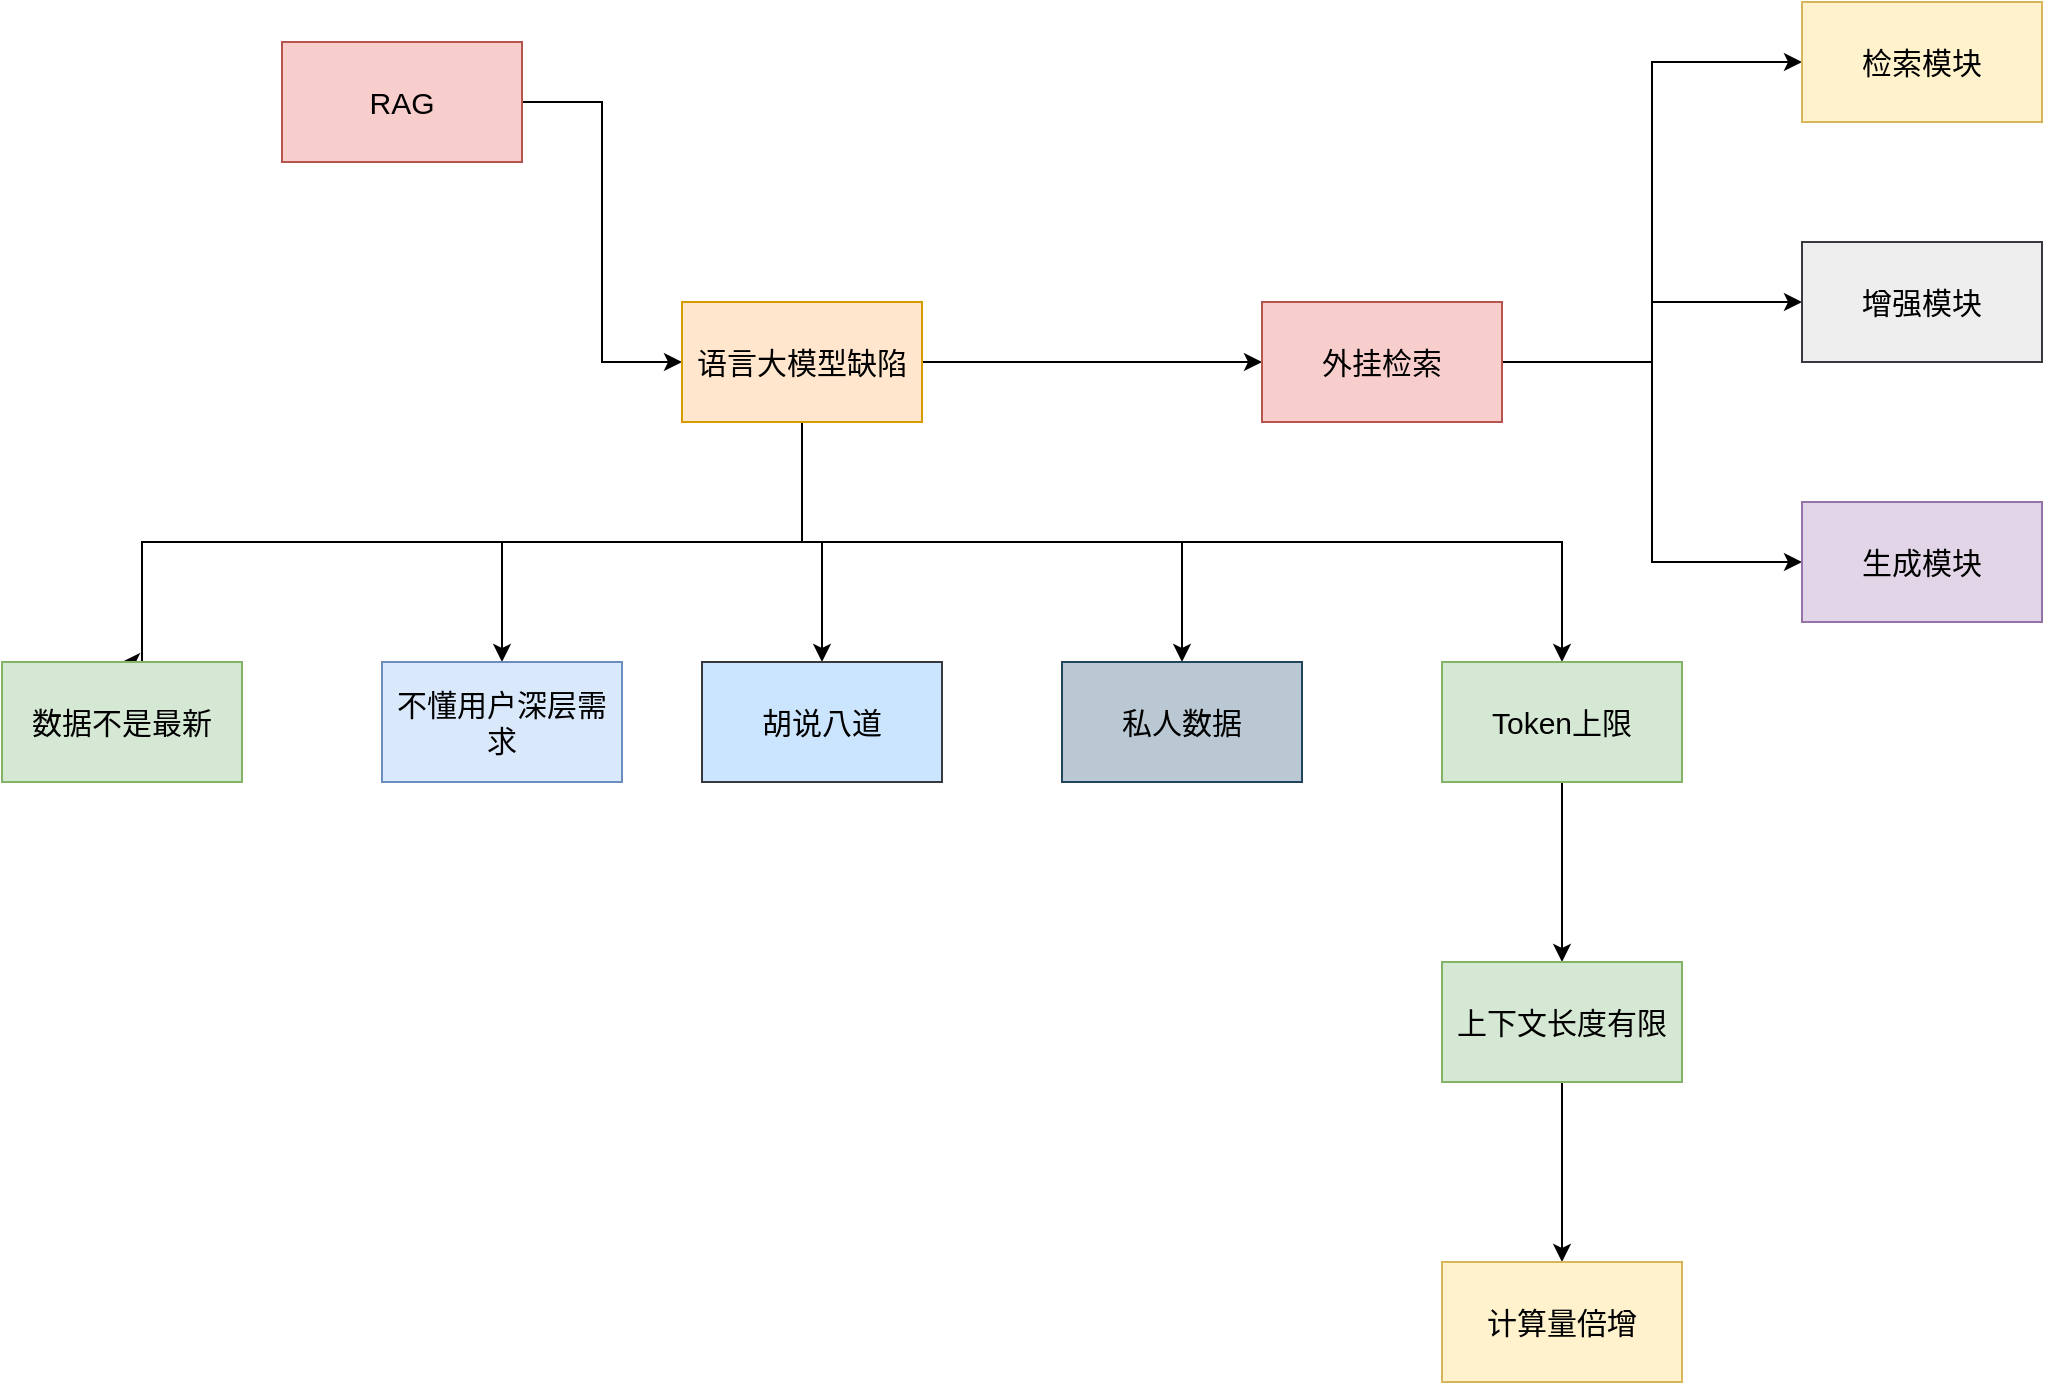
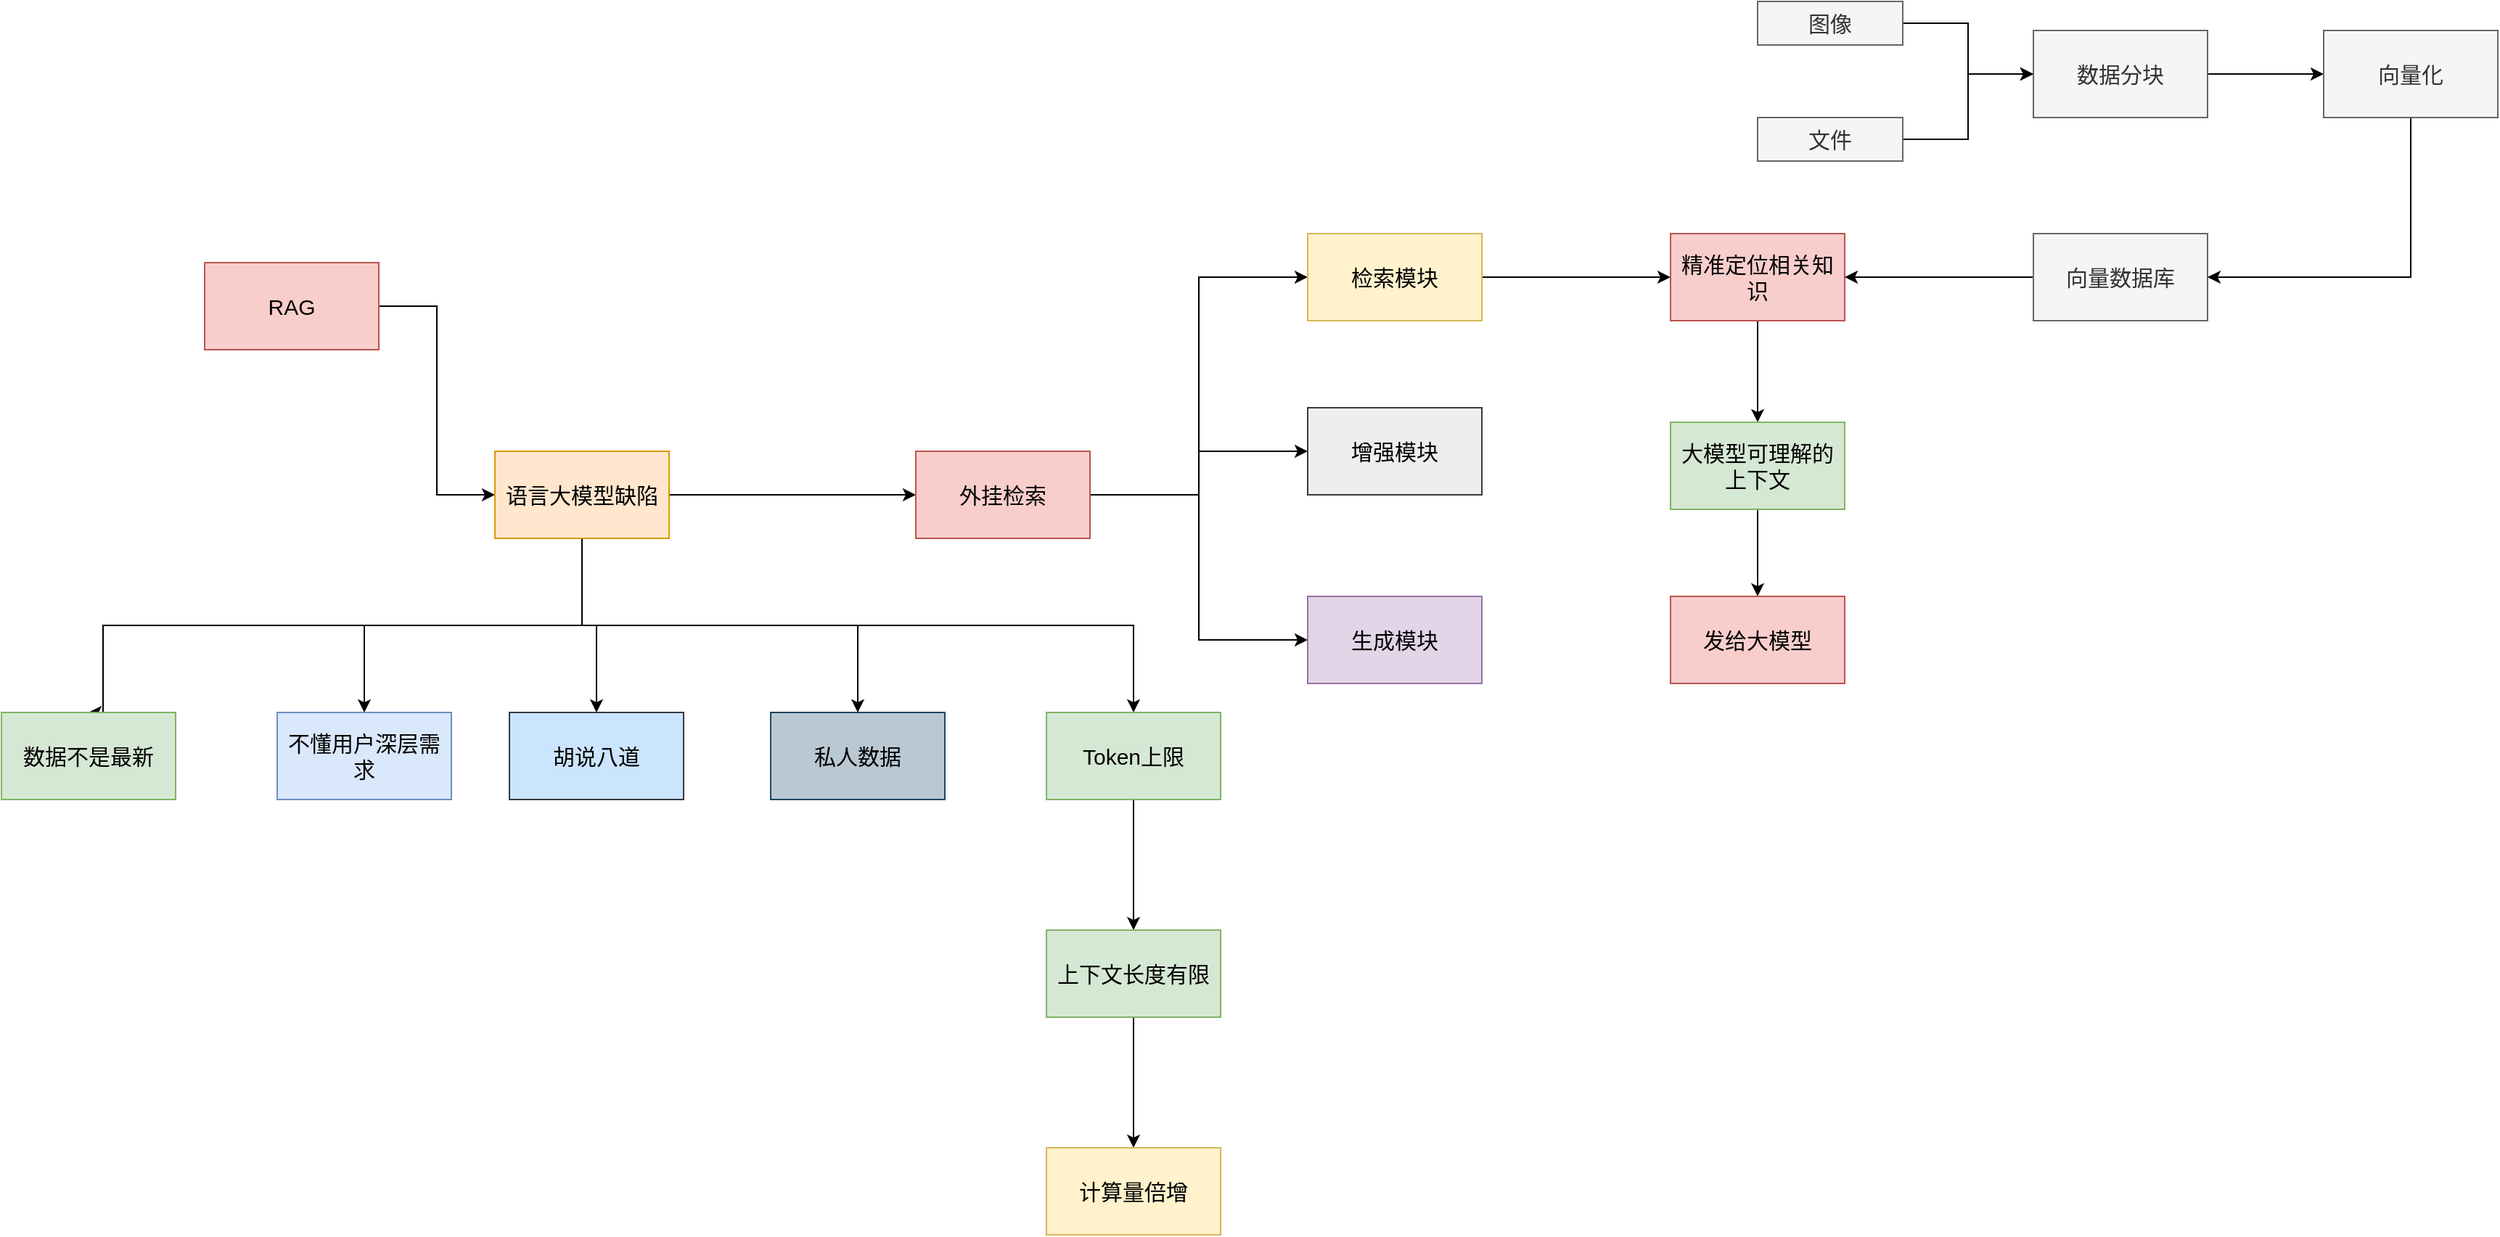
<mxfile host="app.diagrams.net">
  <diagram name="第 1 页" id="lgBYV-CI623LZy5GF7Qx">
-     <mxGraphModel dx="1414" dy="751" grid="1" gridSize="10" guides="1" tooltips="1" connect="1" arrows="1" fold="1" page="1" pageScale="1" pageWidth="827" pageHeight="1169" math="0" shadow="0">
+     <mxGraphModel dx="1414" dy="1920" grid="1" gridSize="10" guides="1" tooltips="1" connect="1" arrows="1" fold="1" page="1" pageScale="1" pageWidth="827" pageHeight="1169" math="0" shadow="0">
      <root>
        <mxCell id="0" />
        <mxCell id="1" parent="0" />
        <mxCell id="BYuYSmvDRbRM8Ayxp55C-10" edge="1" parent="1" source="BYuYSmvDRbRM8Ayxp55C-1" style="edgeStyle=orthogonalEdgeStyle;rounded=0;orthogonalLoop=1;jettySize=auto;html=1;entryX=0;entryY=0.5;entryDx=0;entryDy=0;" target="BYuYSmvDRbRM8Ayxp55C-2">
          <mxGeometry relative="1" as="geometry" />
        </mxCell>
        <mxCell id="BYuYSmvDRbRM8Ayxp55C-1" parent="1" style="rounded=0;whiteSpace=wrap;html=1;fontSize=15;fillColor=#f8cecc;strokeColor=#b85450;" value="RAG" vertex="1">
          <mxGeometry height="60" width="120" x="180" y="170" as="geometry" />
        </mxCell>
        <mxCell id="BYuYSmvDRbRM8Ayxp55C-11" edge="1" parent="1" source="BYuYSmvDRbRM8Ayxp55C-2" style="edgeStyle=orthogonalEdgeStyle;rounded=0;orthogonalLoop=1;jettySize=auto;html=1;entryX=0.5;entryY=0;entryDx=0;entryDy=0;" target="BYuYSmvDRbRM8Ayxp55C-3">
          <mxGeometry relative="1" as="geometry">
            <Array as="points">
              <mxPoint x="440" y="420" />
              <mxPoint x="110" y="420" />
              <mxPoint x="110" y="480" />
            </Array>
          </mxGeometry>
        </mxCell>
        <mxCell id="BYuYSmvDRbRM8Ayxp55C-12" edge="1" parent="1" source="BYuYSmvDRbRM8Ayxp55C-2" style="edgeStyle=orthogonalEdgeStyle;rounded=0;orthogonalLoop=1;jettySize=auto;html=1;entryX=0.5;entryY=0;entryDx=0;entryDy=0;" target="BYuYSmvDRbRM8Ayxp55C-4">
          <mxGeometry relative="1" as="geometry">
            <Array as="points">
              <mxPoint x="440" y="420" />
              <mxPoint x="290" y="420" />
            </Array>
          </mxGeometry>
        </mxCell>
        <mxCell id="BYuYSmvDRbRM8Ayxp55C-13" edge="1" parent="1" source="BYuYSmvDRbRM8Ayxp55C-2" style="edgeStyle=orthogonalEdgeStyle;rounded=0;orthogonalLoop=1;jettySize=auto;html=1;entryX=0.5;entryY=0;entryDx=0;entryDy=0;" target="BYuYSmvDRbRM8Ayxp55C-5">
          <mxGeometry relative="1" as="geometry" />
        </mxCell>
        <mxCell id="BYuYSmvDRbRM8Ayxp55C-14" edge="1" parent="1" source="BYuYSmvDRbRM8Ayxp55C-2" style="edgeStyle=orthogonalEdgeStyle;rounded=0;orthogonalLoop=1;jettySize=auto;html=1;entryX=0.5;entryY=0;entryDx=0;entryDy=0;" target="BYuYSmvDRbRM8Ayxp55C-6">
          <mxGeometry relative="1" as="geometry">
            <Array as="points">
              <mxPoint x="440" y="420" />
              <mxPoint x="630" y="420" />
            </Array>
          </mxGeometry>
        </mxCell>
        <mxCell id="BYuYSmvDRbRM8Ayxp55C-15" edge="1" parent="1" source="BYuYSmvDRbRM8Ayxp55C-2" style="edgeStyle=orthogonalEdgeStyle;rounded=0;orthogonalLoop=1;jettySize=auto;html=1;entryX=0.5;entryY=0;entryDx=0;entryDy=0;" target="BYuYSmvDRbRM8Ayxp55C-7">
          <mxGeometry relative="1" as="geometry">
            <Array as="points">
              <mxPoint x="440" y="420" />
              <mxPoint x="820" y="420" />
            </Array>
          </mxGeometry>
        </mxCell>
        <mxCell id="BYuYSmvDRbRM8Ayxp55C-19" edge="1" parent="1" source="BYuYSmvDRbRM8Ayxp55C-2" style="edgeStyle=orthogonalEdgeStyle;rounded=0;orthogonalLoop=1;jettySize=auto;html=1;entryX=0;entryY=0.5;entryDx=0;entryDy=0;" target="BYuYSmvDRbRM8Ayxp55C-18">
          <mxGeometry relative="1" as="geometry" />
        </mxCell>
        <mxCell id="BYuYSmvDRbRM8Ayxp55C-2" parent="1" style="rounded=0;whiteSpace=wrap;html=1;fontSize=15;fillColor=#ffe6cc;strokeColor=#d79b00;" value="语言大模型缺陷" vertex="1">
          <mxGeometry height="60" width="120" x="380" y="300" as="geometry" />
        </mxCell>
        <mxCell id="BYuYSmvDRbRM8Ayxp55C-3" parent="1" style="rounded=0;whiteSpace=wrap;html=1;fontSize=15;fillColor=#d5e8d4;strokeColor=#82b366;" value="数据不是最新" vertex="1">
          <mxGeometry height="60" width="120" x="40" y="480" as="geometry" />
        </mxCell>
        <mxCell id="BYuYSmvDRbRM8Ayxp55C-4" parent="1" style="rounded=0;whiteSpace=wrap;html=1;fontSize=15;fillColor=#dae8fc;strokeColor=#6c8ebf;" value="不懂用户深层需求" vertex="1">
          <mxGeometry height="60" width="120" x="230" y="480" as="geometry" />
        </mxCell>
        <mxCell id="BYuYSmvDRbRM8Ayxp55C-5" parent="1" style="rounded=0;whiteSpace=wrap;html=1;fontSize=15;fillColor=#cce5ff;strokeColor=#36393d;" value="胡说八道" vertex="1">
          <mxGeometry height="60" width="120" x="390" y="480" as="geometry" />
        </mxCell>
        <mxCell id="BYuYSmvDRbRM8Ayxp55C-6" parent="1" style="rounded=0;whiteSpace=wrap;html=1;fontSize=15;fillColor=#bac8d3;strokeColor=#23445d;" value="私人数据" vertex="1">
          <mxGeometry height="60" width="120" x="570" y="480" as="geometry" />
        </mxCell>
        <mxCell id="BYuYSmvDRbRM8Ayxp55C-16" edge="1" parent="1" source="BYuYSmvDRbRM8Ayxp55C-7" style="edgeStyle=orthogonalEdgeStyle;rounded=0;orthogonalLoop=1;jettySize=auto;html=1;entryX=0.5;entryY=0;entryDx=0;entryDy=0;" target="BYuYSmvDRbRM8Ayxp55C-8">
          <mxGeometry relative="1" as="geometry" />
        </mxCell>
        <mxCell id="BYuYSmvDRbRM8Ayxp55C-7" parent="1" style="rounded=0;whiteSpace=wrap;html=1;fontSize=15;fillColor=#d5e8d4;strokeColor=#82b366;" value="Token上限" vertex="1">
          <mxGeometry height="60" width="120" x="760" y="480" as="geometry" />
        </mxCell>
        <mxCell id="BYuYSmvDRbRM8Ayxp55C-17" edge="1" parent="1" source="BYuYSmvDRbRM8Ayxp55C-8" style="edgeStyle=orthogonalEdgeStyle;rounded=0;orthogonalLoop=1;jettySize=auto;html=1;entryX=0.5;entryY=0;entryDx=0;entryDy=0;" target="BYuYSmvDRbRM8Ayxp55C-9">
          <mxGeometry relative="1" as="geometry" />
        </mxCell>
        <mxCell id="BYuYSmvDRbRM8Ayxp55C-8" parent="1" style="rounded=0;whiteSpace=wrap;html=1;fontSize=15;fillColor=#d5e8d4;strokeColor=#82b366;" value="上下文长度有限" vertex="1">
          <mxGeometry height="60" width="120" x="760" y="630" as="geometry" />
        </mxCell>
        <mxCell id="BYuYSmvDRbRM8Ayxp55C-9" parent="1" style="rounded=0;whiteSpace=wrap;html=1;fontSize=15;fillColor=#fff2cc;strokeColor=#d6b656;" value="计算量倍增" vertex="1">
          <mxGeometry height="60" width="120" x="760" y="780" as="geometry" />
        </mxCell>
        <mxCell id="BYuYSmvDRbRM8Ayxp55C-23" edge="1" parent="1" source="BYuYSmvDRbRM8Ayxp55C-18" style="edgeStyle=orthogonalEdgeStyle;rounded=0;orthogonalLoop=1;jettySize=auto;html=1;entryX=0;entryY=0.5;entryDx=0;entryDy=0;" target="BYuYSmvDRbRM8Ayxp55C-20">
          <mxGeometry relative="1" as="geometry" />
        </mxCell>
        <mxCell id="BYuYSmvDRbRM8Ayxp55C-24" edge="1" parent="1" source="BYuYSmvDRbRM8Ayxp55C-18" style="edgeStyle=orthogonalEdgeStyle;rounded=0;orthogonalLoop=1;jettySize=auto;html=1;entryX=0;entryY=0.5;entryDx=0;entryDy=0;" target="BYuYSmvDRbRM8Ayxp55C-21">
          <mxGeometry relative="1" as="geometry" />
        </mxCell>
        <mxCell id="BYuYSmvDRbRM8Ayxp55C-25" edge="1" parent="1" source="BYuYSmvDRbRM8Ayxp55C-18" style="edgeStyle=orthogonalEdgeStyle;rounded=0;orthogonalLoop=1;jettySize=auto;html=1;entryX=0;entryY=0.5;entryDx=0;entryDy=0;" target="BYuYSmvDRbRM8Ayxp55C-22">
          <mxGeometry relative="1" as="geometry" />
        </mxCell>
        <mxCell id="BYuYSmvDRbRM8Ayxp55C-18" parent="1" style="rounded=0;whiteSpace=wrap;html=1;fontSize=15;fillColor=#f8cecc;strokeColor=#b85450;" value="外挂检索" vertex="1">
          <mxGeometry height="60" width="120" x="670" y="300" as="geometry" />
        </mxCell>
+         <mxCell id="biUosuX3aymfNZg_jhT1-14" edge="1" parent="1" source="BYuYSmvDRbRM8Ayxp55C-20" style="edgeStyle=orthogonalEdgeStyle;rounded=0;orthogonalLoop=1;jettySize=auto;html=1;entryX=0;entryY=0.5;entryDx=0;entryDy=0;" target="biUosuX3aymfNZg_jhT1-1">
+           <mxGeometry relative="1" as="geometry" />
+         </mxCell>
        <mxCell id="BYuYSmvDRbRM8Ayxp55C-20" parent="1" style="rounded=0;whiteSpace=wrap;html=1;fontSize=15;fillColor=#fff2cc;strokeColor=#d6b656;" value="检索模块" vertex="1">
          <mxGeometry height="60" width="120" x="940" y="150" as="geometry" />
        </mxCell>
        <mxCell id="BYuYSmvDRbRM8Ayxp55C-21" parent="1" style="rounded=0;whiteSpace=wrap;html=1;fontSize=15;fillColor=#eeeeee;strokeColor=#36393d;" value="增强模块" vertex="1">
          <mxGeometry height="60" width="120" x="940" y="270" as="geometry" />
        </mxCell>
        <mxCell id="BYuYSmvDRbRM8Ayxp55C-22" parent="1" style="rounded=0;whiteSpace=wrap;html=1;fontSize=15;fillColor=#e1d5e7;strokeColor=#9673a6;" value="生成模块" vertex="1">
          <mxGeometry height="60" width="120" x="940" y="400" as="geometry" />
        </mxCell>
+         <mxCell id="biUosuX3aymfNZg_jhT1-15" edge="1" parent="1" source="biUosuX3aymfNZg_jhT1-1" style="edgeStyle=orthogonalEdgeStyle;rounded=0;orthogonalLoop=1;jettySize=auto;html=1;entryX=0.5;entryY=0;entryDx=0;entryDy=0;" target="biUosuX3aymfNZg_jhT1-2">
+           <mxGeometry relative="1" as="geometry" />
+         </mxCell>
+         <mxCell id="biUosuX3aymfNZg_jhT1-1" parent="1" style="rounded=0;whiteSpace=wrap;html=1;fontSize=15;fillColor=#f8cecc;strokeColor=#b85450;" value="精准定位相关知识&lt;span style=&quot;color: rgba(0, 0, 0, 0); font-family: monospace; font-size: 0px; text-align: start; white-space: nowrap;&quot;&gt;%3CmxGraphModel%3E%3Croot%3E%3CmxCell%20id%3D%220%22%2F%3E%3CmxCell%20id%3D%221%22%20parent%3D%220%22%2F%3E%3CmxCell%20id%3D%222%22%20parent%3D%221%22%20style%3D%22rounded%3D0%3BwhiteSpace%3Dwrap%3Bhtml%3D1%3BfontSize%3D15%3BfillColor%3D%23fff2cc%3BstrokeColor%3D%23d6b656%3B%22%20value%3D%22%E6%A3%80%E7%B4%A2%E6%A8%A1%E5%9D%97%22%20vertex%3D%221%22%3E%3CmxGeometry%20height%3D%2260%22%20width%3D%22120%22%20x%3D%22940%22%20y%3D%22150%22%20as%3D%22geometry%22%2F%3E%3C%2FmxCell%3E%3C%2Froot%3E%3C%2FmxGraphModel%3E&lt;/span&gt;" vertex="1">
+           <mxGeometry height="60" width="120" x="1190" y="150" as="geometry" />
+         </mxCell>
+         <mxCell id="biUosuX3aymfNZg_jhT1-16" edge="1" parent="1" source="biUosuX3aymfNZg_jhT1-2" style="edgeStyle=orthogonalEdgeStyle;rounded=0;orthogonalLoop=1;jettySize=auto;html=1;entryX=0.5;entryY=0;entryDx=0;entryDy=0;" target="biUosuX3aymfNZg_jhT1-3">
+           <mxGeometry relative="1" as="geometry" />
+         </mxCell>
+         <mxCell id="biUosuX3aymfNZg_jhT1-2" parent="1" style="rounded=0;whiteSpace=wrap;html=1;fontSize=15;fillColor=#d5e8d4;strokeColor=#82b366;" value="大模型可理解的上下文" vertex="1">
+           <mxGeometry height="60" width="120" x="1190" y="280" as="geometry" />
+         </mxCell>
+         <mxCell id="biUosuX3aymfNZg_jhT1-3" parent="1" style="rounded=0;whiteSpace=wrap;html=1;fontSize=15;fillColor=#f8cecc;strokeColor=#b85450;" value="发给大模型" vertex="1">
+           <mxGeometry height="60" width="120" x="1190" y="400" as="geometry" />
+         </mxCell>
+         <mxCell id="biUosuX3aymfNZg_jhT1-13" edge="1" parent="1" source="biUosuX3aymfNZg_jhT1-4" style="edgeStyle=orthogonalEdgeStyle;rounded=0;orthogonalLoop=1;jettySize=auto;html=1;entryX=1;entryY=0.5;entryDx=0;entryDy=0;" target="biUosuX3aymfNZg_jhT1-1">
+           <mxGeometry relative="1" as="geometry" />
+         </mxCell>
+         <mxCell id="biUosuX3aymfNZg_jhT1-4" parent="1" style="rounded=0;whiteSpace=wrap;html=1;fontSize=15;fillColor=#f5f5f5;strokeColor=#666666;fontColor=#333333;" value="向量数据库" vertex="1">
+           <mxGeometry height="60" width="120" x="1440" y="150" as="geometry" />
+         </mxCell>
+         <mxCell id="biUosuX3aymfNZg_jhT1-11" edge="1" parent="1" source="biUosuX3aymfNZg_jhT1-5" style="edgeStyle=orthogonalEdgeStyle;rounded=0;orthogonalLoop=1;jettySize=auto;html=1;entryX=0;entryY=0.5;entryDx=0;entryDy=0;" target="biUosuX3aymfNZg_jhT1-6">
+           <mxGeometry relative="1" as="geometry" />
+         </mxCell>
+         <mxCell id="biUosuX3aymfNZg_jhT1-5" parent="1" style="rounded=0;whiteSpace=wrap;html=1;fontSize=15;fillColor=#f5f5f5;strokeColor=#666666;fontColor=#333333;" value="数据分块" vertex="1">
+           <mxGeometry height="60" width="120" x="1440" y="10" as="geometry" />
+         </mxCell>
+         <mxCell id="biUosuX3aymfNZg_jhT1-12" edge="1" parent="1" source="biUosuX3aymfNZg_jhT1-6" style="edgeStyle=orthogonalEdgeStyle;rounded=0;orthogonalLoop=1;jettySize=auto;html=1;entryX=1;entryY=0.5;entryDx=0;entryDy=0;" target="biUosuX3aymfNZg_jhT1-4">
+           <mxGeometry relative="1" as="geometry">
+             <Array as="points">
+               <mxPoint x="1700" y="180" />
+             </Array>
+           </mxGeometry>
+         </mxCell>
+         <mxCell id="biUosuX3aymfNZg_jhT1-6" parent="1" style="rounded=0;whiteSpace=wrap;html=1;fontSize=15;fillColor=#f5f5f5;strokeColor=#666666;fontColor=#333333;" value="向量化" vertex="1">
+           <mxGeometry height="60" width="120" x="1640" y="10" as="geometry" />
+         </mxCell>
+         <mxCell id="biUosuX3aymfNZg_jhT1-9" edge="1" parent="1" source="biUosuX3aymfNZg_jhT1-7" style="edgeStyle=orthogonalEdgeStyle;rounded=0;orthogonalLoop=1;jettySize=auto;html=1;entryX=0;entryY=0.5;entryDx=0;entryDy=0;" target="biUosuX3aymfNZg_jhT1-5">
+           <mxGeometry relative="1" as="geometry" />
+         </mxCell>
+         <mxCell id="biUosuX3aymfNZg_jhT1-7" parent="1" style="rounded=0;whiteSpace=wrap;html=1;fontSize=15;fillColor=#f5f5f5;strokeColor=#666666;fontColor=#333333;" value="图像" vertex="1">
+           <mxGeometry height="30" width="100" x="1250" y="-10" as="geometry" />
+         </mxCell>
+         <mxCell id="biUosuX3aymfNZg_jhT1-10" edge="1" parent="1" source="biUosuX3aymfNZg_jhT1-8" style="edgeStyle=orthogonalEdgeStyle;rounded=0;orthogonalLoop=1;jettySize=auto;html=1;entryX=0;entryY=0.5;entryDx=0;entryDy=0;" target="biUosuX3aymfNZg_jhT1-5">
+           <mxGeometry relative="1" as="geometry" />
+         </mxCell>
+         <mxCell id="biUosuX3aymfNZg_jhT1-8" parent="1" style="rounded=0;whiteSpace=wrap;html=1;fontSize=15;fillColor=#f5f5f5;strokeColor=#666666;fontColor=#333333;" value="文件" vertex="1">
+           <mxGeometry height="30" width="100" x="1250" y="70" as="geometry" />
+         </mxCell>
      </root>
    </mxGraphModel>
  </diagram>
</mxfile>
